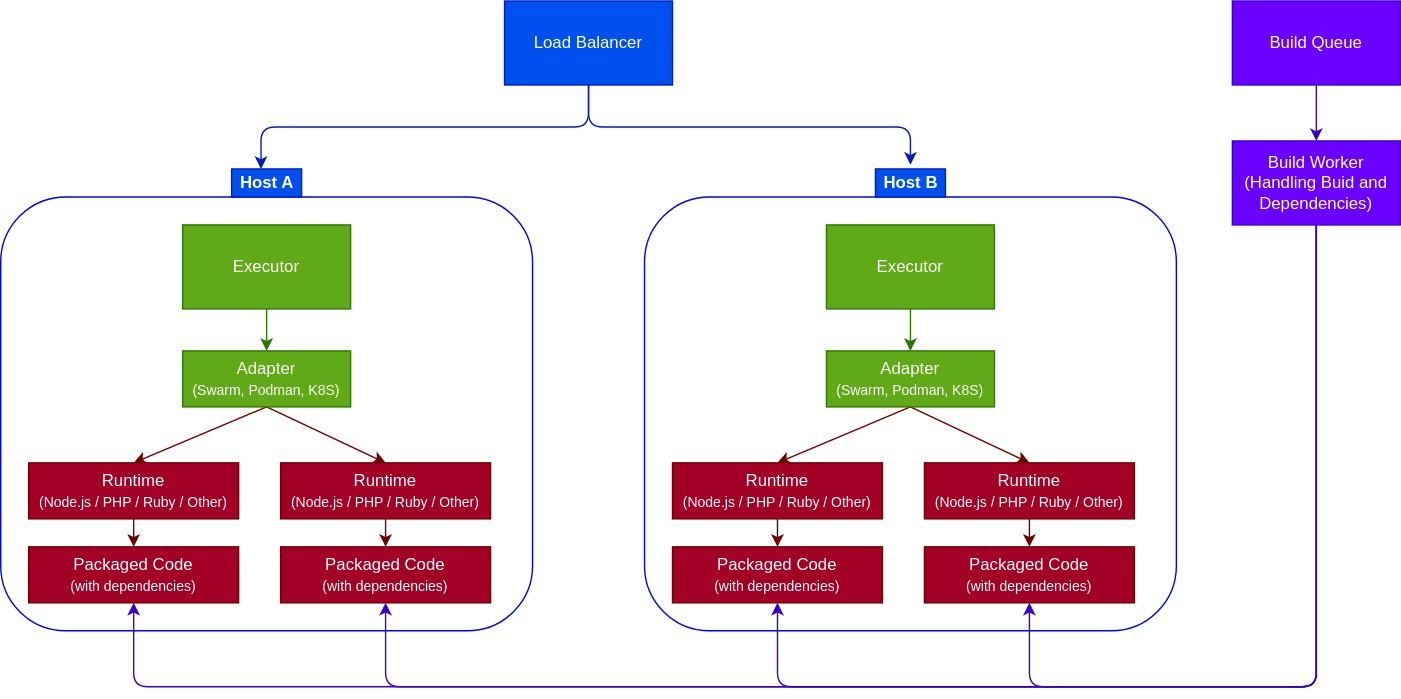
The draw.io diagram architecture.v2.drawio.svg in open-runtimes/open-runtimes, before a commit. Source tidied: cells renumbered, new cells last; positions are measured from the earlier drawing's top-left corner, leaving out a move shared by most shapes.
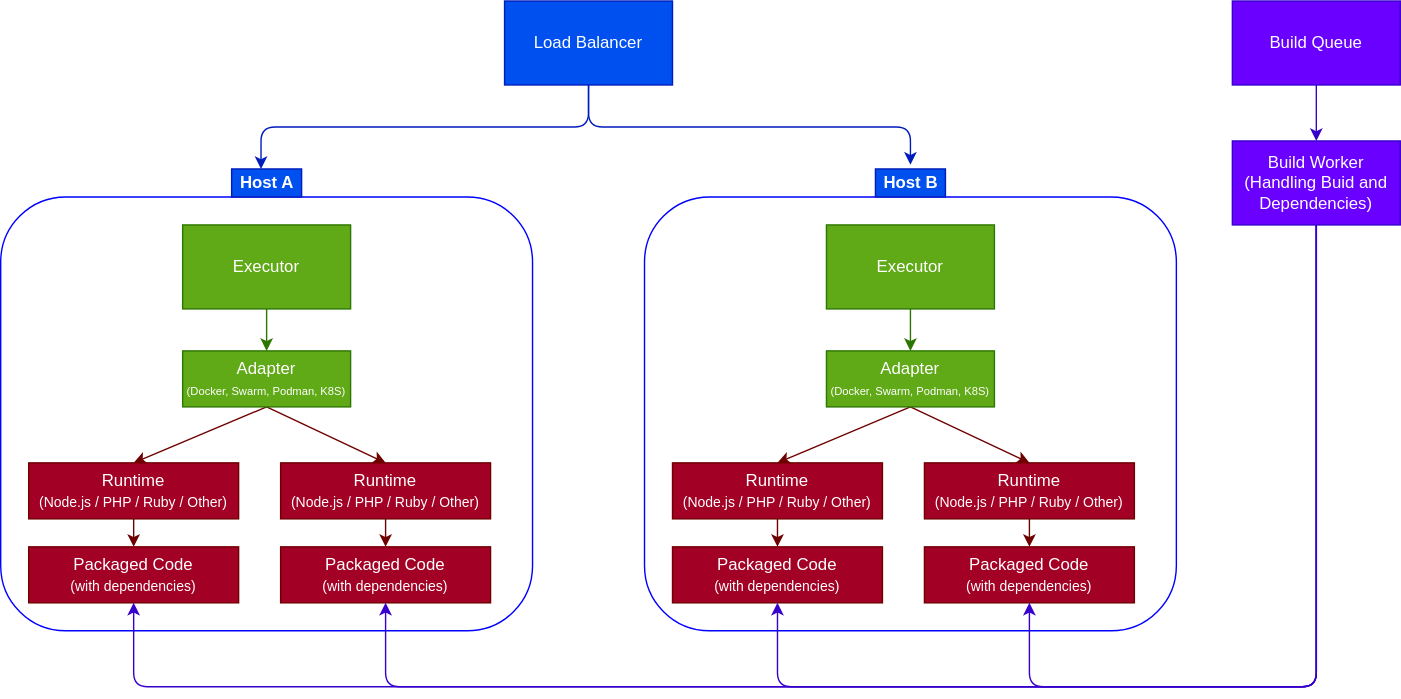
The same file after the commit.

Change to the diagram source:
```diff
@@ -17,7 +17,7 @@
     <mxCell id="6" style="edgeStyle=none;rounded=1;html=1;exitX=0.5;exitY=1;exitDx=0;exitDy=0;entryX=0.5;entryY=0;entryDx=0;entryDy=0;fontSize=10;fillColor=#a20025;strokeColor=#6F0000;" parent="1" edge="1" source="7" target="10">
       <mxGeometry relative="1" as="geometry" />
     </mxCell>
-    <mxCell id="7" value="Adapter&lt;br&gt;&lt;font style=&quot;font-size: 10px&quot;&gt;(Swarm, Podman, K8S)&lt;/font&gt;" style="rounded=0;whiteSpace=wrap;html=1;fillColor=#60a917;fontColor=#ffffff;strokeColor=#2D7600;" parent="1" vertex="1">
+    <mxCell id="7" value="Adapter&lt;br&gt;&lt;font style=&quot;font-size: 8px&quot;&gt;(Docker, Swarm, Podman, K8S)&lt;/font&gt;" style="rounded=0;whiteSpace=wrap;html=1;fillColor=#60a917;fontColor=#ffffff;strokeColor=#2D7600;" parent="1" vertex="1">
       <mxGeometry x="130" y="250" width="120" height="40" as="geometry" />
     </mxCell>
     <mxCell id="8" value="&lt;span style=&quot;font-size: 12px&quot;&gt;&lt;b&gt;Host A&lt;/b&gt;&lt;/span&gt;" style="text;html=1;align=center;verticalAlign=middle;points=[];strokeColor=#001DBC;fillColor=#0050ef;fontSize=10;fontColor=#ffffff;" parent="1" vertex="1">
@@ -50,7 +50,7 @@
     <mxCell id="17" style="edgeStyle=none;rounded=1;html=1;exitX=0.5;exitY=1;exitDx=0;exitDy=0;entryX=0.5;entryY=0;entryDx=0;entryDy=0;fontSize=10;fillColor=#a20025;strokeColor=#6F0000;" parent="1" edge="1" source="18" target="21">
       <mxGeometry relative="1" as="geometry" />
     </mxCell>
-    <mxCell id="18" value="Adapter&lt;br&gt;&lt;font style=&quot;font-size: 10px&quot;&gt;(Swarm, Podman, K8S)&lt;/font&gt;" style="rounded=0;whiteSpace=wrap;html=1;fillColor=#60a917;fontColor=#ffffff;strokeColor=#2D7600;" parent="1" vertex="1">
+    <mxCell id="18" value="Adapter&lt;br&gt;&lt;font style=&quot;font-size: 8px&quot;&gt;(Docker, Swarm, Podman, K8S)&lt;/font&gt;" style="rounded=0;whiteSpace=wrap;html=1;fillColor=#60a917;fontColor=#ffffff;strokeColor=#2D7600;" parent="1" vertex="1">
       <mxGeometry x="590" y="250" width="120" height="40" as="geometry" />
     </mxCell>
     <mxCell id="19" value="&lt;span style=&quot;font-size: 12px&quot;&gt;&lt;b&gt;Host B&lt;/b&gt;&lt;/span&gt;" style="text;html=1;align=center;verticalAlign=middle;points=[];strokeColor=#001DBC;fillColor=#0050ef;fontSize=10;fontColor=#ffffff;" parent="1" vertex="1">
```
